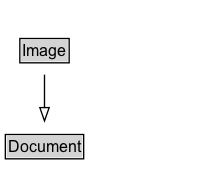
k-vaughn/ontology-import-foaf keeps this Graphviz diagram as docs/diagrams/Image.dot.png. Above is the earlier version. Its source is kept beside it as docs/diagrams/Image.dot.
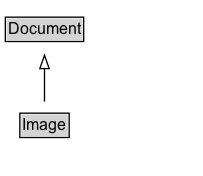
After the change.

Change to the diagram source:
```diff
@@ -2,6 +2,10 @@
 	graph [overlap=false rankdir=TB splines=true]
 	node [fontname=Arial fontsize=12 margin=0 shape=none]
 	edge [fontname=Arial fontsize=11]
+	{
+		rank=source
+		Document [label=<<TABLE BORDER="1" CELLBORDER="0" CELLSPACING="0" CELLPADDING="1"><TR><TD BGCOLOR="lightgray" ALIGN="CENTER">Document</TD></TR></TABLE>> URL="../Document" margin=0]
+	}
 	Image [label=<<TABLE BORDER="1" CELLBORDER="0" CELLSPACING="0" CELLPADDING="1"><TR><TD BGCOLOR="lightgray" ALIGN="CENTER">Image</TD></TR></TABLE>> URL="../Image" margin=0]
 	{
 		rank=max
@@ -10,6 +14,5 @@
 		label="" style=invis
 		Invis [label=<<TABLE BORDER="0" CELLBORDER="0" CELLSPACING="0" CELLPADDING="1"><TR><TD></TD></TR></TABLE>> margin=0 style=invis]
 	}
-	Document [label=<<TABLE BORDER="1" CELLBORDER="0" CELLSPACING="0" CELLPADDING="1"><TR><TD BGCOLOR="lightgray" ALIGN="CENTER">Document</TD></TR></TABLE>> URL="../Document" margin=0]
 	Image -> Document [arrowhead=onormal style=solid]
 }
```
